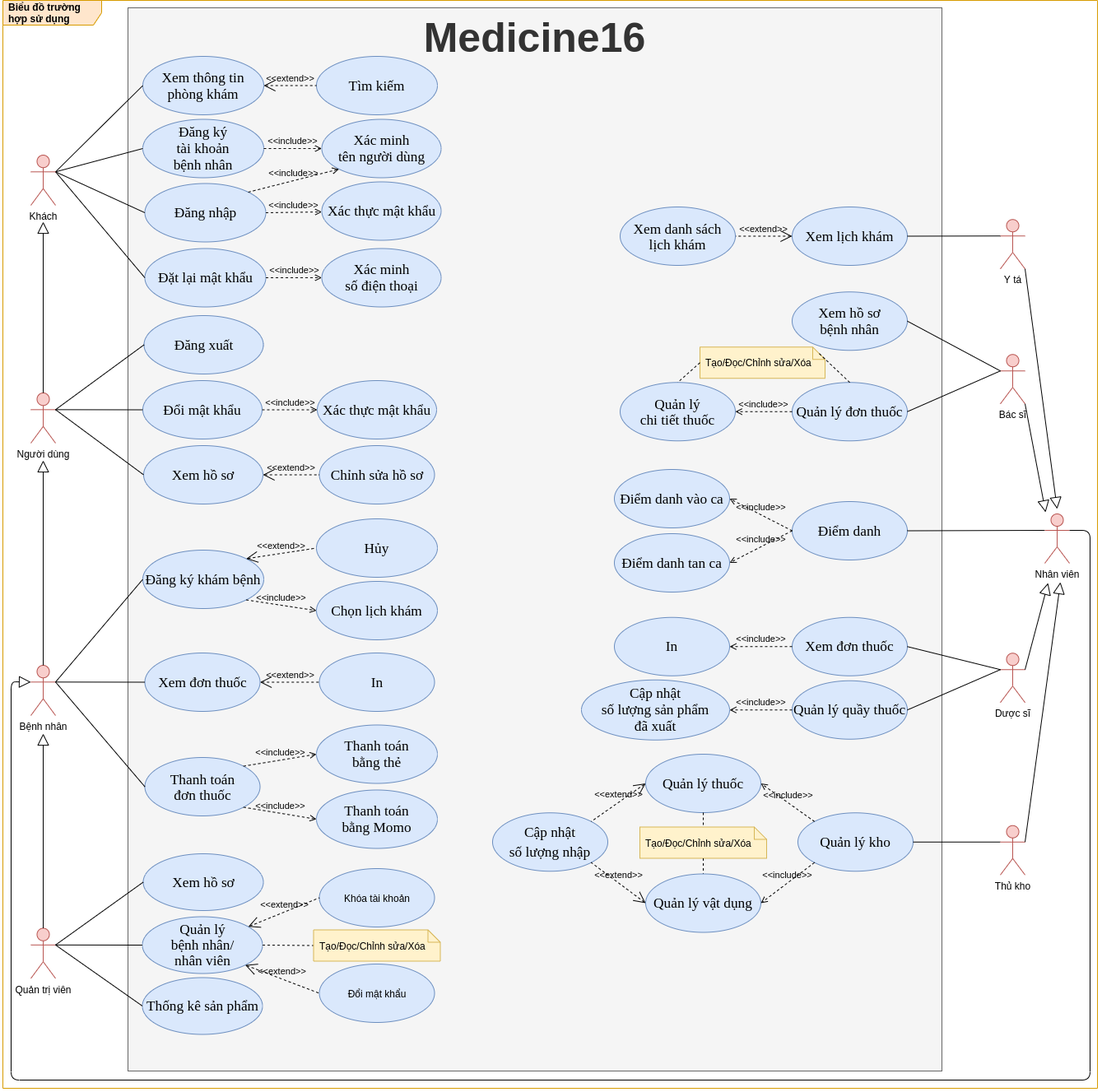
Above: images/Use Case Diagram.png in luclegen/medicine16 (draw.io), before the change. Source tidied: cells renumbered, new cells last; positions are measured from the earlier drawing's top-left corner, leaving out a move shared by most shapes.
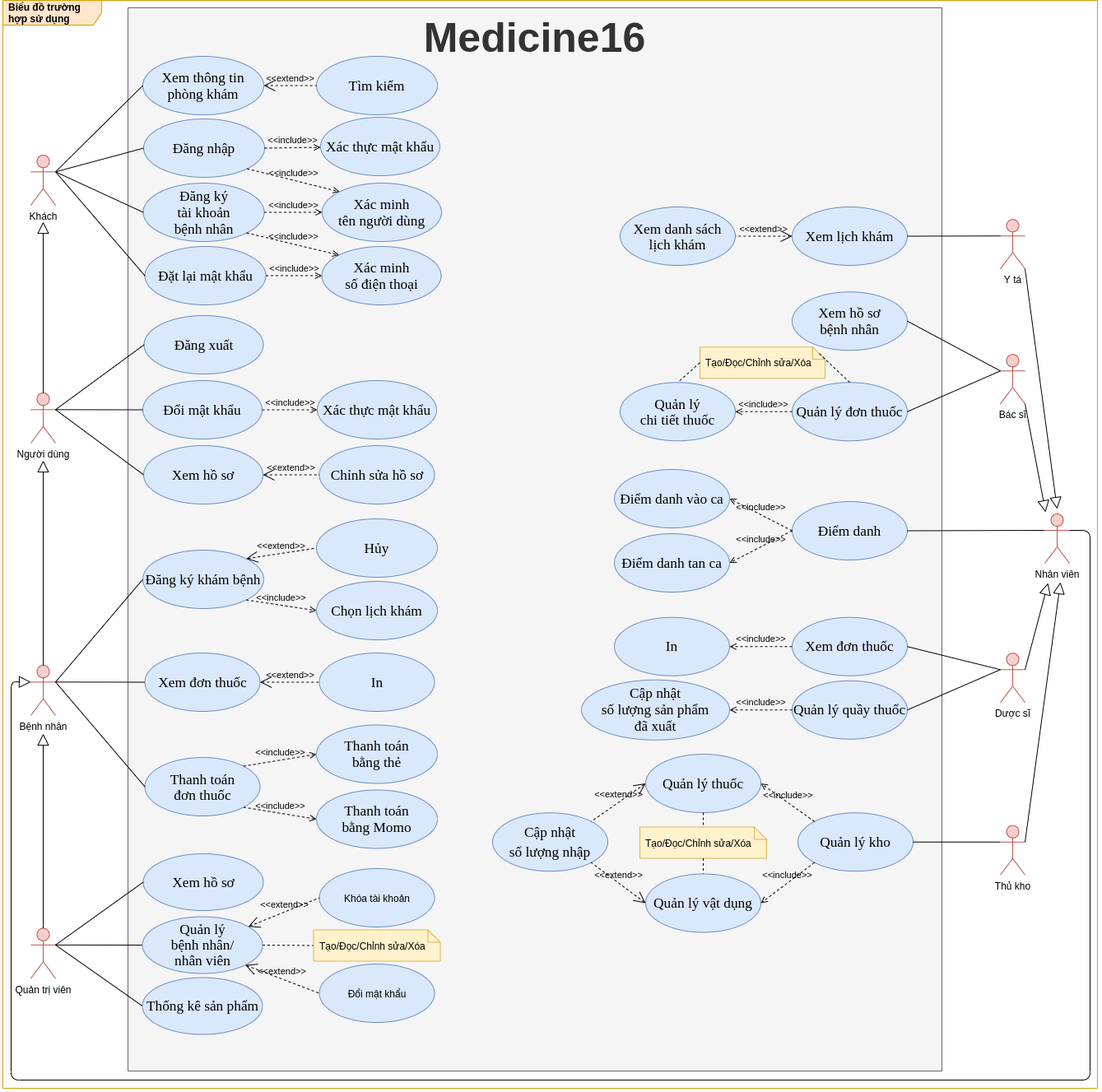
Later version of the same file.

Commit message:
Update Use Case Diagram

Diff of the diagram source:
```diff
@@ -9,13 +9,13 @@
       <mxGeometry x="152" y="9" width="989" height="1292" as="geometry" />
     </mxCell>
     <mxCell id="4" value="&lt;font face=&quot;times new roman, serif&quot;&gt;&lt;span style=&quot;font-size: 17.3333px&quot;&gt;Đăng ký&lt;br&gt;tài khoản&lt;br&gt;bệnh nhân&lt;/span&gt;&lt;/font&gt;" style="ellipse;whiteSpace=wrap;html=1;fillColor=#dae8fc;strokeColor=#6c8ebf;" parent="1" vertex="1">
-      <mxGeometry x="170" y="144.5" width="147" height="71" as="geometry" />
+      <mxGeometry x="170.5" y="222" width="147" height="71" as="geometry" />
     </mxCell>
     <mxCell id="5" style="edgeStyle=none;html=1;endArrow=none;verticalAlign=bottom;exitX=0;exitY=0.5;exitDx=0;exitDy=0;entryX=1;entryY=0.3333333333333333;entryDx=0;entryDy=0;entryPerimeter=0;" parent="1" edge="1" source="4" target="27">
       <mxGeometry relative="1" as="geometry" />
     </mxCell>
     <mxCell id="6" value="&lt;font face=&quot;times new roman, serif&quot;&gt;&lt;span style=&quot;font-size: 17.3333px&quot;&gt;Đăng nhập&lt;/span&gt;&lt;/font&gt;" style="ellipse;whiteSpace=wrap;html=1;fillColor=#dae8fc;strokeColor=#6c8ebf;" parent="1" vertex="1">
-      <mxGeometry x="172.5" y="222.5" width="147" height="71" as="geometry" />
+      <mxGeometry x="171" y="144" width="147" height="71" as="geometry" />
     </mxCell>
     <mxCell id="7" style="edgeStyle=none;html=1;endArrow=none;verticalAlign=bottom;entryX=1;entryY=0.3333333333333333;entryDx=0;entryDy=0;entryPerimeter=0;exitX=0;exitY=0.5;exitDx=0;exitDy=0;" parent="1" edge="1" source="6" target="27">
       <mxGeometry relative="1" as="geometry" />
@@ -27,16 +27,16 @@
       <mxGeometry relative="1" as="geometry" />
     </mxCell>
     <mxCell id="10" value="&lt;font face=&quot;times new roman, serif&quot;&gt;&lt;span style=&quot;font-size: 17.3333px&quot;&gt;Xác thực mật khẩu&lt;/span&gt;&lt;/font&gt;" style="ellipse;whiteSpace=wrap;html=1;fillColor=#dae8fc;strokeColor=#6c8ebf;" parent="1" vertex="1">
-      <mxGeometry x="387.5" y="220.5" width="145" height="71" as="geometry" />
+      <mxGeometry x="386" y="142" width="145" height="71" as="geometry" />
     </mxCell>
     <mxCell id="11" value="&amp;lt;&amp;lt;include&amp;gt;&amp;gt;" style="edgeStyle=none;html=1;endArrow=open;verticalAlign=bottom;dashed=1;labelBackgroundColor=none;exitX=1;exitY=0.5;exitDx=0;exitDy=0;" parent="1" edge="1" source="6" target="10">
       <mxGeometry relative="1" as="geometry" />
     </mxCell>
     <mxCell id="12" value="&lt;font face=&quot;times new roman, serif&quot;&gt;&lt;span style=&quot;font-size: 17.3333px&quot;&gt;Xác minh&lt;br&gt;số điện thoại&lt;/span&gt;&lt;/font&gt;" style="ellipse;whiteSpace=wrap;html=1;fillColor=#dae8fc;strokeColor=#6c8ebf;" parent="1" vertex="1">
-      <mxGeometry x="387.5" y="301.5" width="145" height="71" as="geometry" />
+      <mxGeometry x="387.5" y="299" width="145" height="71" as="geometry" />
     </mxCell>
     <mxCell id="13" value="&lt;font face=&quot;times new roman, serif&quot;&gt;&lt;span style=&quot;font-size: 17.3333px&quot;&gt;Đặt lại mật khẩu&lt;/span&gt;&lt;/font&gt;" style="ellipse;whiteSpace=wrap;html=1;fillColor=#dae8fc;strokeColor=#6c8ebf;" parent="1" vertex="1">
-      <mxGeometry x="172.5" y="301.5" width="147" height="71" as="geometry" />
+      <mxGeometry x="172.5" y="299" width="147" height="71" as="geometry" />
     </mxCell>
     <mxCell id="14" style="edgeStyle=none;html=1;endArrow=none;verticalAlign=bottom;exitX=0;exitY=0.5;exitDx=0;exitDy=0;entryX=1;entryY=0.3333333333333333;entryDx=0;entryDy=0;entryPerimeter=0;" parent="1" edge="1" source="13" target="27">
       <mxGeometry relative="1" as="geometry" />
@@ -360,13 +360,16 @@
       <mxGeometry relative="1" as="geometry" />
     </mxCell>
     <mxCell id="114" value="&lt;font face=&quot;times new roman, serif&quot;&gt;&lt;span style=&quot;font-size: 17.3333px&quot;&gt;Xác minh&lt;br&gt;tên người dùng&lt;/span&gt;&lt;/font&gt;" style="ellipse;whiteSpace=wrap;html=1;fillColor=#dae8fc;strokeColor=#6c8ebf;" parent="1" vertex="1">
-      <mxGeometry x="387.5" y="144.5" width="145" height="71" as="geometry" />
+      <mxGeometry x="388" y="222" width="145" height="71" as="geometry" />
     </mxCell>
     <mxCell id="115" value="&amp;lt;&amp;lt;include&amp;gt;&amp;gt;" style="edgeStyle=none;html=1;endArrow=open;verticalAlign=bottom;dashed=1;labelBackgroundColor=none;exitX=1;exitY=0.5;exitDx=0;exitDy=0;entryX=0;entryY=0.5;entryDx=0;entryDy=0;" parent="1" edge="1" source="4" target="114">
       <mxGeometry relative="1" as="geometry" />
     </mxCell>
-    <mxCell id="116" value="&amp;lt;&amp;lt;include&amp;gt;&amp;gt;" style="edgeStyle=none;html=1;endArrow=open;verticalAlign=bottom;dashed=1;labelBackgroundColor=none;exitX=1;exitY=0;exitDx=0;exitDy=0;entryX=0;entryY=1;entryDx=0;entryDy=0;" parent="1" edge="1" source="6" target="114">
+    <mxCell id="116" value="&amp;lt;&amp;lt;include&amp;gt;&amp;gt;" style="edgeStyle=none;html=1;endArrow=open;verticalAlign=bottom;dashed=1;labelBackgroundColor=none;exitX=1;exitY=1;exitDx=0;exitDy=0;entryX=0;entryY=0;entryDx=0;entryDy=0;" parent="1" edge="1" source="6" target="114">
       <mxGeometry relative="1" as="geometry" />
     </mxCell>
+    <mxCell id="117" value="&amp;lt;&amp;lt;include&amp;gt;&amp;gt;" style="edgeStyle=none;html=1;endArrow=open;verticalAlign=bottom;dashed=1;labelBackgroundColor=none;exitX=1;exitY=1;exitDx=0;exitDy=0;entryX=0;entryY=0;entryDx=0;entryDy=0;" parent="1" edge="1" source="4" target="12">
+      <mxGeometry relative="1" as="geometry" />
+    </mxCell>
   </root>
 </mxGraphModel>
```
